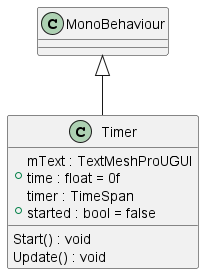
Earlier version of the PlantUML export uml-output/Timer.png (Eliaz-LR/3D-Minesweeper). The source it was exported from:
```plantuml
@startuml
class Timer {
    mText : TextMeshProUGUI
    + time : float = 0f
    timer : TimeSpan
    + started : bool = false
    Start() : void
    Update() : void
}
MonoBehaviour <|-- Timer
@enduml
```
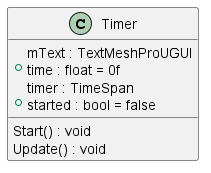
After the change.

What changed in the source:
```diff
@@ -7,5 +7,4 @@
     Start() : void
     Update() : void
 }
-MonoBehaviour <|-- Timer
 @enduml
```
